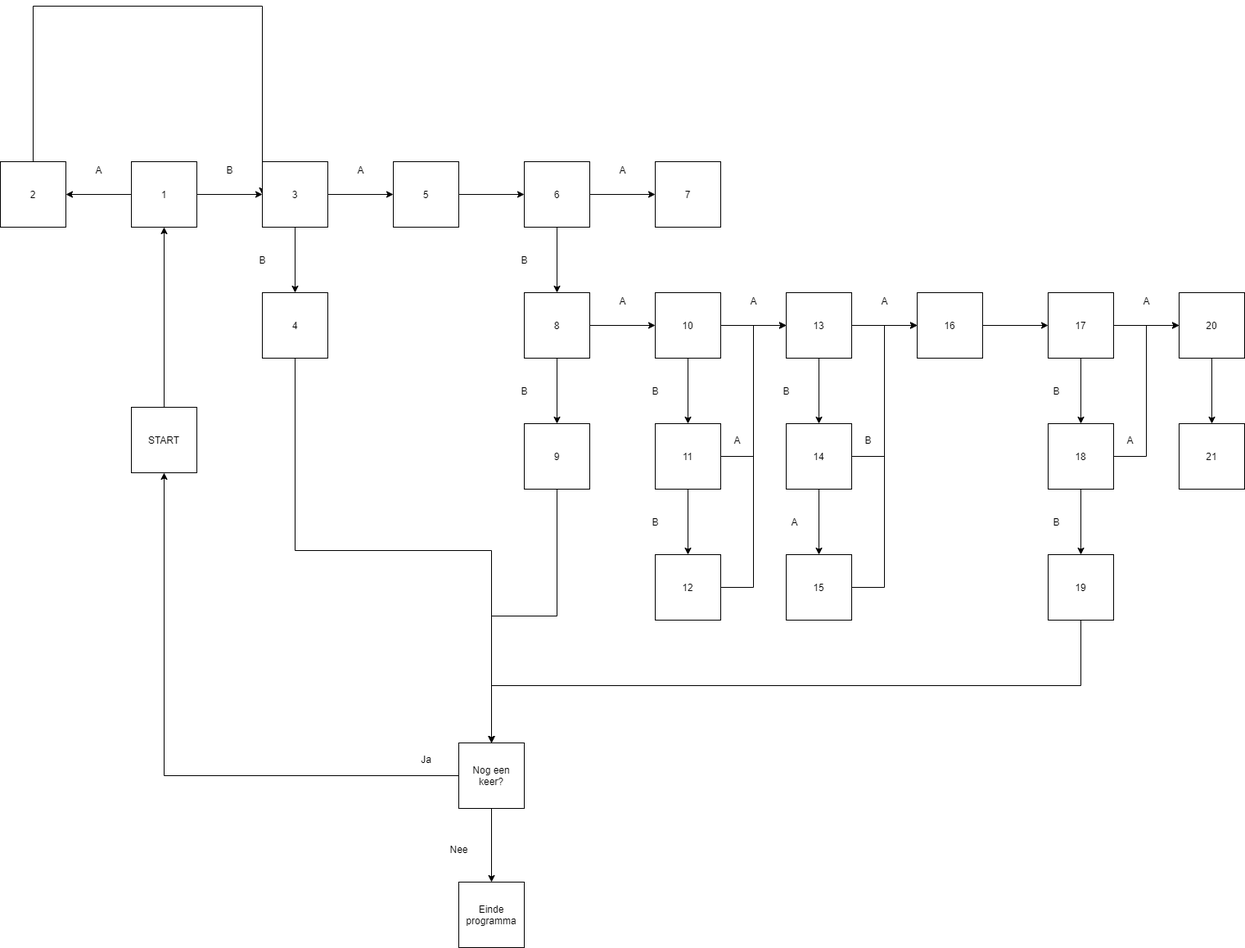
lucasvdiepen/PythonAchievements keeps this draw.io diagram as Beroepsopdracht/flowchart.png. Above is the earlier version. Source tidied: cells renumbered, new cells last; positions are measured from the earlier drawing's top-left corner, leaving out a move shared by most shapes. Source of this version:
```xml
<mxGraphModel>
  <root>
    <mxCell id="0" />
    <mxCell id="1" parent="0" />
    <mxCell id="2" style="edgeStyle=orthogonalEdgeStyle;rounded=0;jettySize=auto;html=1;" parent="1" edge="1" source="3" target="6">
      <mxGeometry relative="1" as="geometry" />
    </mxCell>
    <mxCell id="3" value="START" style="whiteSpace=wrap;html=1;" parent="1" vertex="1">
      <mxGeometry x="160" y="490" width="80" height="80" as="geometry" />
    </mxCell>
    <mxCell id="4" style="edgeStyle=orthogonalEdgeStyle;rounded=0;jettySize=auto;html=1;entryX=0;entryY=0.5;entryDx=0;entryDy=0;" parent="1" edge="1" source="6" target="16">
      <mxGeometry relative="1" as="geometry" />
    </mxCell>
    <mxCell id="5" style="edgeStyle=orthogonalEdgeStyle;rounded=0;jettySize=auto;html=1;entryX=1;entryY=0.5;entryDx=0;entryDy=0;" parent="1" edge="1" source="6" target="8">
      <mxGeometry relative="1" as="geometry" />
    </mxCell>
    <mxCell id="6" value="1" style="whiteSpace=wrap;html=1;" parent="1" vertex="1">
      <mxGeometry x="160" y="190" width="80" height="80" as="geometry" />
    </mxCell>
    <mxCell id="7" style="edgeStyle=orthogonalEdgeStyle;rounded=0;jettySize=auto;html=1;entryX=0;entryY=0.5;entryDx=0;entryDy=0;" parent="1" edge="1" source="8" target="16">
      <mxGeometry relative="1" as="geometry">
        <Array as="points">
          <mxPoint x="40" />
          <mxPoint x="320" />
        </Array>
      </mxGeometry>
    </mxCell>
    <mxCell id="8" value="2" style="whiteSpace=wrap;html=1;" parent="1" vertex="1">
      <mxGeometry y="190" width="80" height="80" as="geometry" />
    </mxCell>
    <mxCell id="9" value="7" style="whiteSpace=wrap;html=1;" parent="1" vertex="1">
      <mxGeometry x="800" y="190" width="80" height="80" as="geometry" />
    </mxCell>
    <mxCell id="10" style="edgeStyle=orthogonalEdgeStyle;rounded=0;jettySize=auto;html=1;entryX=0.5;entryY=0;entryDx=0;entryDy=0;exitX=0.5;exitY=1;exitDx=0;exitDy=0;" parent="1" edge="1" source="11" target="75">
      <mxGeometry relative="1" as="geometry" />
    </mxCell>
    <mxCell id="11" value="4" style="whiteSpace=wrap;html=1;" parent="1" vertex="1">
      <mxGeometry x="320" y="350" width="80" height="80" as="geometry" />
    </mxCell>
    <mxCell id="12" style="edgeStyle=orthogonalEdgeStyle;rounded=0;jettySize=auto;html=1;" parent="1" edge="1" source="13" target="19">
      <mxGeometry relative="1" as="geometry" />
    </mxCell>
    <mxCell id="13" value="5" style="whiteSpace=wrap;html=1;" parent="1" vertex="1">
      <mxGeometry x="480" y="190" width="80" height="80" as="geometry" />
    </mxCell>
    <mxCell id="14" style="edgeStyle=orthogonalEdgeStyle;rounded=0;jettySize=auto;html=1;" parent="1" edge="1" source="16" target="13">
      <mxGeometry relative="1" as="geometry" />
    </mxCell>
    <mxCell id="15" style="edgeStyle=orthogonalEdgeStyle;rounded=0;jettySize=auto;html=1;" parent="1" edge="1" source="16" target="11">
      <mxGeometry relative="1" as="geometry" />
    </mxCell>
    <mxCell id="16" value="3" style="whiteSpace=wrap;html=1;" parent="1" vertex="1">
      <mxGeometry x="320" y="190" width="80" height="80" as="geometry" />
    </mxCell>
    <mxCell id="17" style="edgeStyle=orthogonalEdgeStyle;rounded=0;jettySize=auto;html=1;" parent="1" edge="1" source="19">
      <mxGeometry relative="1" as="geometry">
        <mxPoint x="680" y="350" as="targetPoint" />
      </mxGeometry>
    </mxCell>
    <mxCell id="18" style="edgeStyle=orthogonalEdgeStyle;rounded=0;jettySize=auto;html=1;" parent="1" edge="1" source="19" target="9">
      <mxGeometry relative="1" as="geometry" />
    </mxCell>
    <mxCell id="19" value="6" style="whiteSpace=wrap;html=1;" parent="1" vertex="1">
      <mxGeometry x="640" y="190" width="80" height="80" as="geometry" />
    </mxCell>
    <mxCell id="20" style="edgeStyle=orthogonalEdgeStyle;rounded=0;jettySize=auto;html=1;" parent="1" edge="1" source="22" target="30">
      <mxGeometry relative="1" as="geometry" />
    </mxCell>
    <mxCell id="21" style="edgeStyle=orthogonalEdgeStyle;rounded=0;jettySize=auto;html=1;" parent="1" edge="1" source="22" target="41">
      <mxGeometry relative="1" as="geometry" />
    </mxCell>
    <mxCell id="22" value="8" style="whiteSpace=wrap;html=1;" parent="1" vertex="1">
      <mxGeometry x="640" y="350" width="80" height="80" as="geometry" />
    </mxCell>
    <mxCell id="23" value="B" style="text;html=1;align=center;verticalAlign=middle;" parent="1" vertex="1">
      <mxGeometry x="270" y="190" width="20" height="20" as="geometry" />
    </mxCell>
    <mxCell id="24" value="A" style="text;html=1;align=center;verticalAlign=middle;" parent="1" vertex="1">
      <mxGeometry x="110" y="190" width="20" height="20" as="geometry" />
    </mxCell>
    <mxCell id="25" value="A" style="text;html=1;align=center;verticalAlign=middle;" parent="1" vertex="1">
      <mxGeometry x="430" y="190" width="20" height="20" as="geometry" />
    </mxCell>
    <mxCell id="26" value="B" style="text;html=1;align=center;verticalAlign=middle;" parent="1" vertex="1">
      <mxGeometry x="310" y="300" width="20" height="20" as="geometry" />
    </mxCell>
    <mxCell id="27" value="A" style="text;html=1;align=center;verticalAlign=middle;" parent="1" vertex="1">
      <mxGeometry x="750" y="190" width="20" height="20" as="geometry" />
    </mxCell>
    <mxCell id="28" value="B" style="text;html=1;align=center;verticalAlign=middle;" parent="1" vertex="1">
      <mxGeometry x="630" y="300" width="20" height="20" as="geometry" />
    </mxCell>
    <mxCell id="29" style="edgeStyle=orthogonalEdgeStyle;rounded=0;jettySize=auto;html=1;exitX=0.5;exitY=1;exitDx=0;exitDy=0;" parent="1" edge="1" source="30">
      <mxGeometry relative="1" as="geometry">
        <mxPoint x="600" y="900" as="targetPoint" />
      </mxGeometry>
    </mxCell>
    <mxCell id="30" value="9" style="whiteSpace=wrap;html=1;" parent="1" vertex="1">
      <mxGeometry x="640" y="510" width="80" height="80" as="geometry" />
    </mxCell>
    <mxCell id="31" style="edgeStyle=orthogonalEdgeStyle;rounded=0;jettySize=auto;html=1;" parent="1" edge="1" source="33" target="44">
      <mxGeometry relative="1" as="geometry" />
    </mxCell>
    <mxCell id="32" style="edgeStyle=orthogonalEdgeStyle;rounded=0;jettySize=auto;html=1;" parent="1" edge="1" source="33" target="54">
      <mxGeometry relative="1" as="geometry" />
    </mxCell>
    <mxCell id="33" value="13" style="whiteSpace=wrap;html=1;" parent="1" vertex="1">
      <mxGeometry x="960" y="350" width="80" height="80" as="geometry" />
    </mxCell>
    <mxCell id="34" style="edgeStyle=orthogonalEdgeStyle;rounded=0;jettySize=auto;html=1;entryX=0;entryY=0.5;entryDx=0;entryDy=0;" parent="1" edge="1" source="36" target="33">
      <mxGeometry relative="1" as="geometry" />
    </mxCell>
    <mxCell id="35" style="edgeStyle=orthogonalEdgeStyle;rounded=0;jettySize=auto;html=1;entryX=0.5;entryY=0;entryDx=0;entryDy=0;" parent="1" edge="1" source="36" target="38">
      <mxGeometry relative="1" as="geometry" />
    </mxCell>
    <mxCell id="36" value="11" style="whiteSpace=wrap;html=1;" parent="1" vertex="1">
      <mxGeometry x="800" y="510" width="80" height="80" as="geometry" />
    </mxCell>
    <mxCell id="37" style="edgeStyle=orthogonalEdgeStyle;rounded=0;jettySize=auto;html=1;entryX=0;entryY=0.5;entryDx=0;entryDy=0;" parent="1" edge="1" source="38" target="33">
      <mxGeometry relative="1" as="geometry" />
    </mxCell>
    <mxCell id="38" value="12" style="whiteSpace=wrap;html=1;" parent="1" vertex="1">
      <mxGeometry x="800" y="670" width="80" height="80" as="geometry" />
    </mxCell>
    <mxCell id="39" style="edgeStyle=orthogonalEdgeStyle;rounded=0;jettySize=auto;html=1;" parent="1" edge="1" source="41" target="33">
      <mxGeometry relative="1" as="geometry" />
    </mxCell>
    <mxCell id="40" style="edgeStyle=orthogonalEdgeStyle;rounded=0;jettySize=auto;html=1;" parent="1" edge="1" source="41" target="36">
      <mxGeometry relative="1" as="geometry" />
    </mxCell>
    <mxCell id="41" value="10" style="whiteSpace=wrap;html=1;" parent="1" vertex="1">
      <mxGeometry x="800" y="350" width="80" height="80" as="geometry" />
    </mxCell>
    <mxCell id="42" style="edgeStyle=orthogonalEdgeStyle;rounded=0;jettySize=auto;html=1;" parent="1" edge="1" source="44" target="52">
      <mxGeometry relative="1" as="geometry" />
    </mxCell>
    <mxCell id="43" style="edgeStyle=orthogonalEdgeStyle;rounded=0;jettySize=auto;html=1;entryX=0;entryY=0.5;entryDx=0;entryDy=0;" parent="1" edge="1" source="44" target="54">
      <mxGeometry relative="1" as="geometry" />
    </mxCell>
    <mxCell id="44" value="14" style="whiteSpace=wrap;html=1;" parent="1" vertex="1">
      <mxGeometry x="960" y="510" width="80" height="80" as="geometry" />
    </mxCell>
    <mxCell id="45" value="A" style="text;html=1;align=center;verticalAlign=middle;" parent="1" vertex="1">
      <mxGeometry x="750" y="350" width="20" height="20" as="geometry" />
    </mxCell>
    <mxCell id="46" value="B" style="text;html=1;align=center;verticalAlign=middle;" parent="1" vertex="1">
      <mxGeometry x="630" y="460" width="20" height="20" as="geometry" />
    </mxCell>
    <mxCell id="47" value="B" style="text;html=1;align=center;verticalAlign=middle;" parent="1" vertex="1">
      <mxGeometry x="790" y="460" width="20" height="20" as="geometry" />
    </mxCell>
    <mxCell id="48" value="A" style="text;html=1;align=center;verticalAlign=middle;" parent="1" vertex="1">
      <mxGeometry x="910" y="350" width="20" height="20" as="geometry" />
    </mxCell>
    <mxCell id="49" value="A" style="text;html=1;align=center;verticalAlign=middle;" parent="1" vertex="1">
      <mxGeometry x="890" y="520" width="20" height="20" as="geometry" />
    </mxCell>
    <mxCell id="50" value="B" style="text;html=1;align=center;verticalAlign=middle;" parent="1" vertex="1">
      <mxGeometry x="790" y="620" width="20" height="20" as="geometry" />
    </mxCell>
    <mxCell id="51" style="edgeStyle=orthogonalEdgeStyle;rounded=0;jettySize=auto;html=1;entryX=0;entryY=0.5;entryDx=0;entryDy=0;" parent="1" edge="1" source="52" target="54">
      <mxGeometry relative="1" as="geometry" />
    </mxCell>
    <mxCell id="52" value="15" style="whiteSpace=wrap;html=1;" parent="1" vertex="1">
      <mxGeometry x="960" y="670" width="80" height="80" as="geometry" />
    </mxCell>
    <mxCell id="53" style="edgeStyle=orthogonalEdgeStyle;rounded=0;jettySize=auto;html=1;entryX=0;entryY=0.5;entryDx=0;entryDy=0;" parent="1" edge="1" source="54" target="64">
      <mxGeometry relative="1" as="geometry" />
    </mxCell>
    <mxCell id="54" value="16" style="whiteSpace=wrap;html=1;" parent="1" vertex="1">
      <mxGeometry x="1120" y="350" width="80" height="80" as="geometry" />
    </mxCell>
    <mxCell id="55" style="edgeStyle=orthogonalEdgeStyle;rounded=0;jettySize=auto;html=1;entryX=0;entryY=0.5;entryDx=0;entryDy=0;" parent="1" edge="1" source="57" target="61">
      <mxGeometry relative="1" as="geometry" />
    </mxCell>
    <mxCell id="56" style="edgeStyle=orthogonalEdgeStyle;rounded=0;jettySize=auto;html=1;" parent="1" edge="1" source="57" target="59">
      <mxGeometry relative="1" as="geometry" />
    </mxCell>
    <mxCell id="57" value="18" style="whiteSpace=wrap;html=1;" parent="1" vertex="1">
      <mxGeometry x="1280" y="510" width="80" height="80" as="geometry" />
    </mxCell>
    <mxCell id="58" style="edgeStyle=orthogonalEdgeStyle;rounded=0;jettySize=auto;html=1;entryX=0.5;entryY=0;entryDx=0;entryDy=0;" parent="1" edge="1" source="59" target="75">
      <mxGeometry relative="1" as="geometry">
        <Array as="points">
          <mxPoint x="1320" y="830" />
          <mxPoint x="600" y="830" />
        </Array>
      </mxGeometry>
    </mxCell>
    <mxCell id="59" value="19" style="whiteSpace=wrap;html=1;" parent="1" vertex="1">
      <mxGeometry x="1280" y="670" width="80" height="80" as="geometry" />
    </mxCell>
    <mxCell id="60" style="edgeStyle=orthogonalEdgeStyle;rounded=0;jettySize=auto;html=1;entryX=0.5;entryY=0;entryDx=0;entryDy=0;" parent="1" edge="1" source="61" target="65">
      <mxGeometry relative="1" as="geometry" />
    </mxCell>
    <mxCell id="61" value="20" style="whiteSpace=wrap;html=1;" parent="1" vertex="1">
      <mxGeometry x="1440" y="350" width="80" height="80" as="geometry" />
    </mxCell>
    <mxCell id="62" style="edgeStyle=orthogonalEdgeStyle;rounded=0;jettySize=auto;html=1;" parent="1" edge="1" source="64" target="57">
      <mxGeometry relative="1" as="geometry" />
    </mxCell>
    <mxCell id="63" style="edgeStyle=orthogonalEdgeStyle;rounded=0;jettySize=auto;html=1;" parent="1" edge="1" source="64" target="61">
      <mxGeometry relative="1" as="geometry" />
    </mxCell>
    <mxCell id="64" value="17" style="whiteSpace=wrap;html=1;" parent="1" vertex="1">
      <mxGeometry x="1280" y="350" width="80" height="80" as="geometry" />
    </mxCell>
    <mxCell id="65" value="21" style="whiteSpace=wrap;html=1;" parent="1" vertex="1">
      <mxGeometry x="1440" y="510" width="80" height="80" as="geometry" />
    </mxCell>
    <mxCell id="66" value="B" style="text;html=1;align=center;verticalAlign=middle;" parent="1" vertex="1">
      <mxGeometry x="950" y="460" width="20" height="20" as="geometry" />
    </mxCell>
    <mxCell id="67" value="A" style="text;html=1;align=center;verticalAlign=middle;" parent="1" vertex="1">
      <mxGeometry x="1070" y="350" width="20" height="20" as="geometry" />
    </mxCell>
    <mxCell id="68" value="A" style="text;html=1;align=center;verticalAlign=middle;" parent="1" vertex="1">
      <mxGeometry x="960" y="620" width="20" height="20" as="geometry" />
    </mxCell>
    <mxCell id="69" value="B" style="text;html=1;align=center;verticalAlign=middle;" parent="1" vertex="1">
      <mxGeometry x="1050" y="520" width="20" height="20" as="geometry" />
    </mxCell>
    <mxCell id="70" value="A" style="text;html=1;align=center;verticalAlign=middle;" parent="1" vertex="1">
      <mxGeometry x="1390" y="350" width="20" height="20" as="geometry" />
    </mxCell>
    <mxCell id="71" value="B" style="text;html=1;align=center;verticalAlign=middle;" parent="1" vertex="1">
      <mxGeometry x="1280" y="460" width="20" height="20" as="geometry" />
    </mxCell>
    <mxCell id="72" value="A" style="text;html=1;align=center;verticalAlign=middle;" parent="1" vertex="1">
      <mxGeometry x="1370" y="520" width="20" height="20" as="geometry" />
    </mxCell>
    <mxCell id="73" style="edgeStyle=orthogonalEdgeStyle;rounded=0;jettySize=auto;html=1;entryX=0.5;entryY=1;entryDx=0;entryDy=0;" parent="1" edge="1" source="75" target="3">
      <mxGeometry relative="1" as="geometry" />
    </mxCell>
    <mxCell id="74" style="edgeStyle=orthogonalEdgeStyle;rounded=0;jettySize=auto;html=1;entryX=0.5;entryY=0;entryDx=0;entryDy=0;" parent="1" edge="1" source="75" target="76">
      <mxGeometry relative="1" as="geometry" />
    </mxCell>
    <mxCell id="75" value="Nog een keer?" style="whiteSpace=wrap;html=1;" parent="1" vertex="1">
      <mxGeometry x="560" y="900" width="80" height="80" as="geometry" />
    </mxCell>
    <mxCell id="76" value="Einde programma" style="whiteSpace=wrap;html=1;" parent="1" vertex="1">
      <mxGeometry x="560" y="1070" width="80" height="80" as="geometry" />
    </mxCell>
    <mxCell id="77" value="Nee" style="text;html=1;align=center;verticalAlign=middle;" parent="1" vertex="1">
      <mxGeometry x="540" y="1020" width="40" height="20" as="geometry" />
    </mxCell>
    <mxCell id="78" value="Ja" style="text;html=1;align=center;verticalAlign=middle;" parent="1" vertex="1">
      <mxGeometry x="505" y="910" width="30" height="20" as="geometry" />
    </mxCell>
    <mxCell id="79" value="B" style="text;html=1;align=center;verticalAlign=middle;" parent="1" vertex="1">
      <mxGeometry x="1280" y="620" width="20" height="20" as="geometry" />
    </mxCell>
  </root>
</mxGraphModel>
```
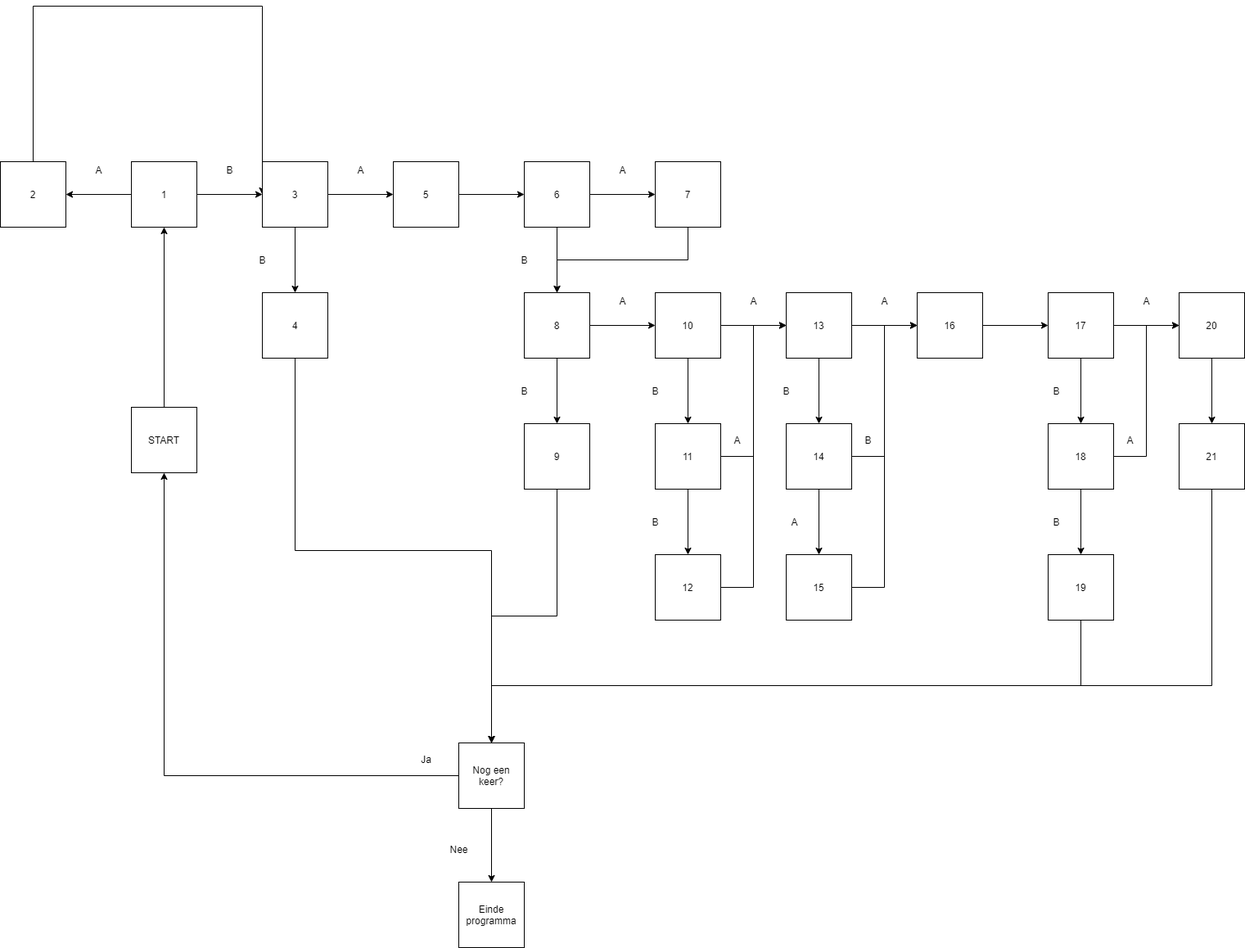
Later version of the same file.

The edit, as a diff of the source:
```diff
@@ -28,6 +28,15 @@
     <mxCell id="8" value="2" style="whiteSpace=wrap;html=1;" parent="1" vertex="1">
       <mxGeometry y="190" width="80" height="80" as="geometry" />
     </mxCell>
+    <mxCell id="80" style="edgeStyle=orthogonalEdgeStyle;rounded=0;jettySize=auto;html=1;" parent="1" edge="1" source="9">
+      <mxGeometry relative="1" as="geometry">
+        <mxPoint x="680" y="350" as="targetPoint" />
+        <Array as="points">
+          <mxPoint x="840" y="310" />
+          <mxPoint x="680" y="310" />
+        </Array>
+      </mxGeometry>
+    </mxCell>
     <mxCell id="9" value="7" style="whiteSpace=wrap;html=1;" parent="1" vertex="1">
       <mxGeometry x="800" y="190" width="80" height="80" as="geometry" />
     </mxCell>
@@ -205,6 +214,14 @@
     <mxCell id="64" value="17" style="whiteSpace=wrap;html=1;" parent="1" vertex="1">
       <mxGeometry x="1280" y="350" width="80" height="80" as="geometry" />
     </mxCell>
+    <mxCell id="81" style="edgeStyle=orthogonalEdgeStyle;rounded=0;jettySize=auto;html=1;entryX=0.5;entryY=0;entryDx=0;entryDy=0;" parent="1" edge="1" source="65" target="75">
+      <mxGeometry relative="1" as="geometry">
+        <Array as="points">
+          <mxPoint x="1480" y="830" />
+          <mxPoint x="600" y="830" />
+        </Array>
+      </mxGeometry>
+    </mxCell>
     <mxCell id="65" value="21" style="whiteSpace=wrap;html=1;" parent="1" vertex="1">
       <mxGeometry x="1440" y="510" width="80" height="80" as="geometry" />
     </mxCell>
```
